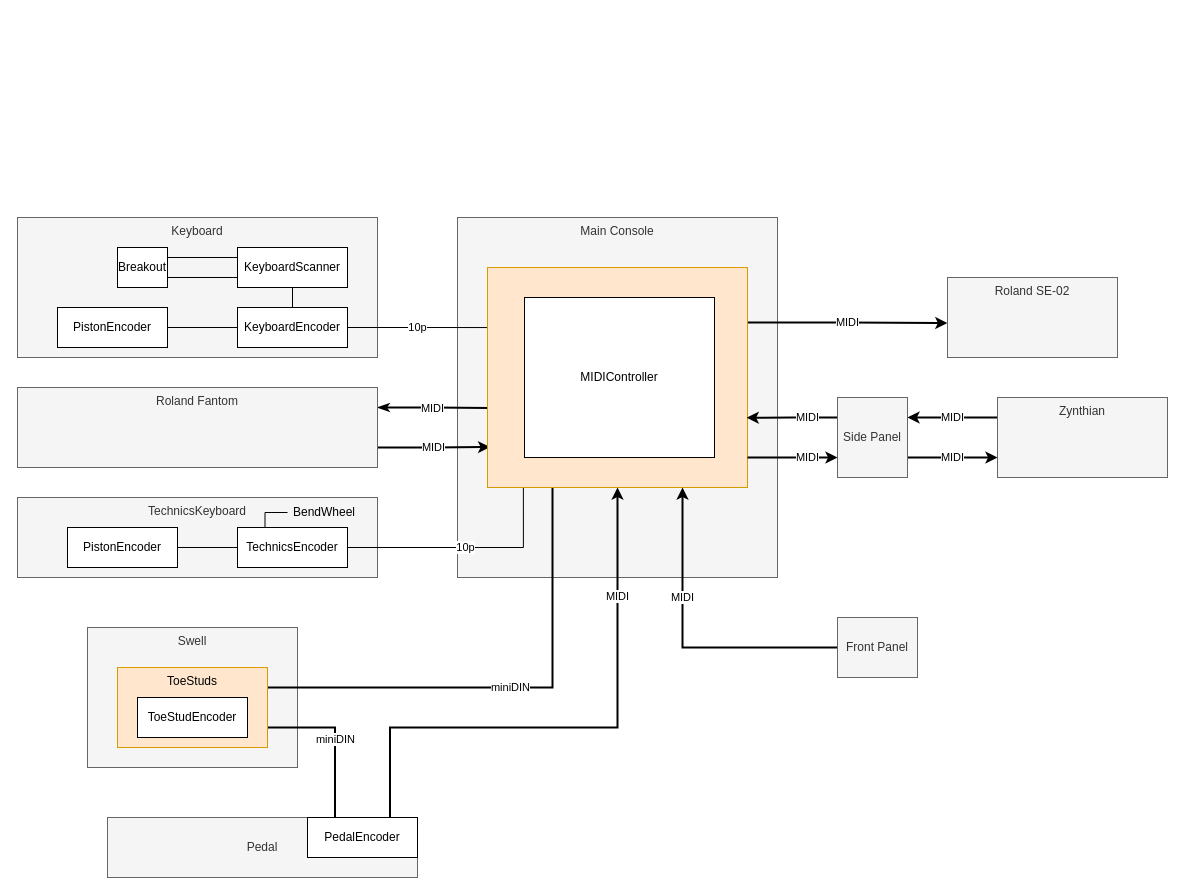
stefanhepp/eOrgan keeps this draw.io diagram as page "Devices" (3 of 4) of boards/Boards.drawio. Above is the earlier version. Source tidied: cells renumbered, new cells numbered last; positions are measured from the earlier drawing's top-left corner, leaving out a move shared by most shapes. Both pictures are drawn from the tidied source at 100%, with x=0, y=0 at pixel (17, 217).
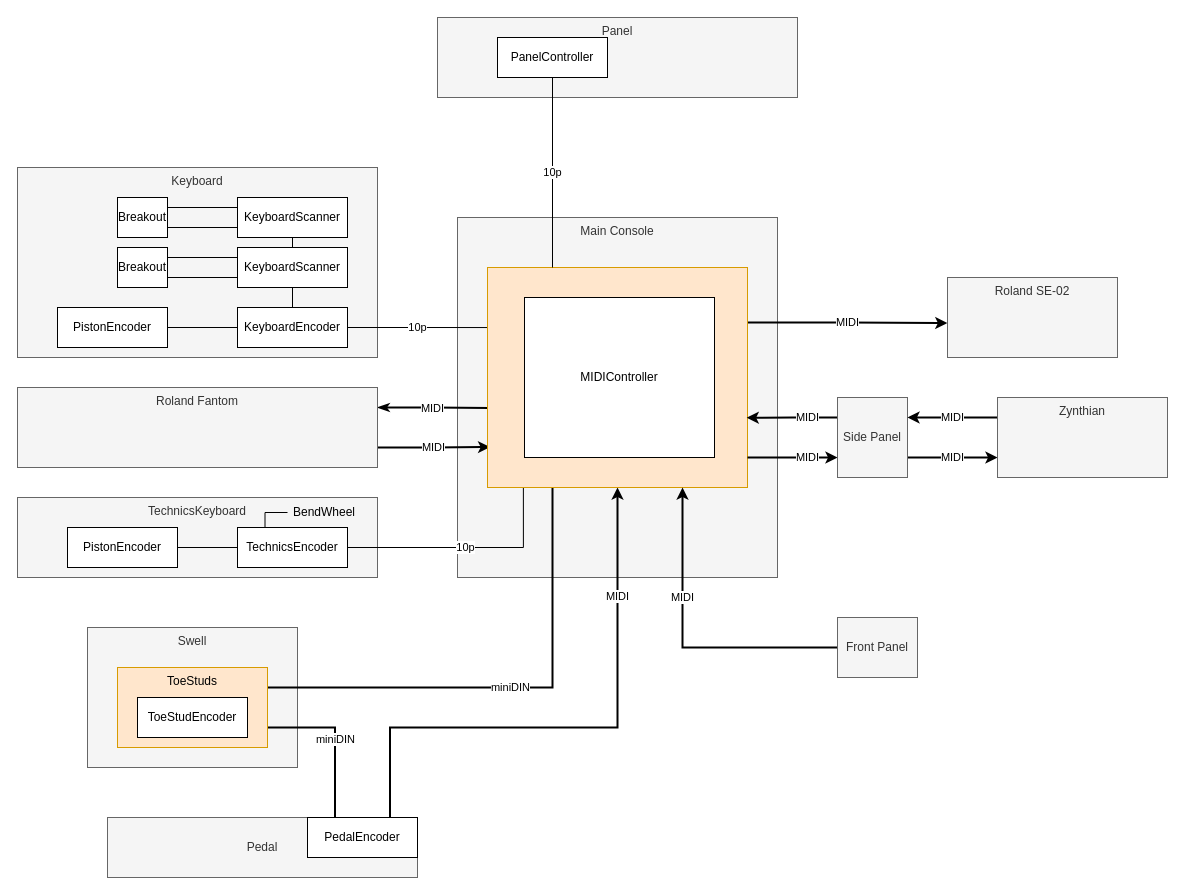
The same page after the edit.

The change refers to these unchanged cells:
```xml
<mxCell id="21" value="KeyboardScanner" style="rounded=0;whiteSpace=wrap;html=1;verticalAlign=middle;" parent="1" vertex="1">
  <mxGeometry x="220" y="30" width="110" height="40" as="geometry" />
</mxCell>
<mxCell id="33" style="rounded=0;whiteSpace=wrap;html=1;fillColor=#ffe6cc;strokeColor=#d79b00;" parent="1" vertex="1">
  <mxGeometry x="470" y="50" width="260" height="220" as="geometry" />
</mxCell>
```

The edit, as a diff of the source:
```diff
@@
     <mxCell id="13" value="Keyboard" style="rounded=0;whiteSpace=wrap;html=1;fillColor=#f5f5f5;fontColor=#333333;strokeColor=#666666;verticalAlign=top;" parent="1" vertex="1">
-      <mxGeometry width="360" height="140" as="geometry" />
+      <mxGeometry y="-50" width="360" height="190" as="geometry" />
     </mxCell>
@@
+    <mxCell id="44" style="edgeStyle=orthogonalEdgeStyle;rounded=0;jettySize=auto;html=1;exitX=0.5;exitY=1;exitDx=0;exitDy=0;entryX=0.5;entryY=0;entryDx=0;entryDy=0;startArrow=none;startFill=0;endArrow=none;endFill=0;" parent="1" edge="1" source="45" target="21">
+      <mxGeometry relative="1" as="geometry" />
+    </mxCell>
+    <mxCell id="45" value="KeyboardScanner" style="rounded=0;whiteSpace=wrap;html=1;verticalAlign=middle;" parent="1" vertex="1">
+      <mxGeometry x="220" y="-20" width="110" height="40" as="geometry" />
+    </mxCell>
+    <mxCell id="46" style="edgeStyle=orthogonalEdgeStyle;rounded=0;jettySize=auto;html=1;exitX=1;exitY=0.25;exitDx=0;exitDy=0;entryX=0;entryY=0.25;entryDx=0;entryDy=0;endArrow=none;endFill=0;" parent="1" edge="1" source="48" target="45">
+      <mxGeometry relative="1" as="geometry" />
+    </mxCell>
+    <mxCell id="47" style="edgeStyle=orthogonalEdgeStyle;rounded=0;jettySize=auto;html=1;exitX=1;exitY=0.75;exitDx=0;exitDy=0;entryX=0;entryY=0.75;entryDx=0;entryDy=0;endArrow=none;endFill=0;" parent="1" edge="1" source="48" target="45">
+      <mxGeometry relative="1" as="geometry" />
+    </mxCell>
+    <mxCell id="48" value="Breakout" style="rounded=0;whiteSpace=wrap;html=1;verticalAlign=middle;" parent="1" vertex="1">
+      <mxGeometry x="100" y="-20" width="50" height="40" as="geometry" />
+    </mxCell>
+    <mxCell id="49" value="Panel" style="rounded=0;whiteSpace=wrap;html=1;fillColor=#f5f5f5;fontColor=#333333;strokeColor=#666666;verticalAlign=top;" parent="1" vertex="1">
+      <mxGeometry x="420" y="-200" width="360" height="80" as="geometry" />
+    </mxCell>
+    <mxCell id="50" value="10p" style="edgeStyle=orthogonalEdgeStyle;rounded=0;jettySize=auto;html=1;exitX=0.5;exitY=1;exitDx=0;exitDy=0;entryX=0.25;entryY=0;entryDx=0;entryDy=0;startArrow=none;startFill=0;endArrow=none;endFill=0;" parent="1" edge="1" source="51" target="33">
+      <mxGeometry relative="1" as="geometry" />
+    </mxCell>
+    <mxCell id="51" value="PanelController" style="rounded=0;whiteSpace=wrap;html=1;verticalAlign=middle;" parent="1" vertex="1">
+      <mxGeometry x="480" y="-180" width="110" height="40" as="geometry" />
+    </mxCell>
```
